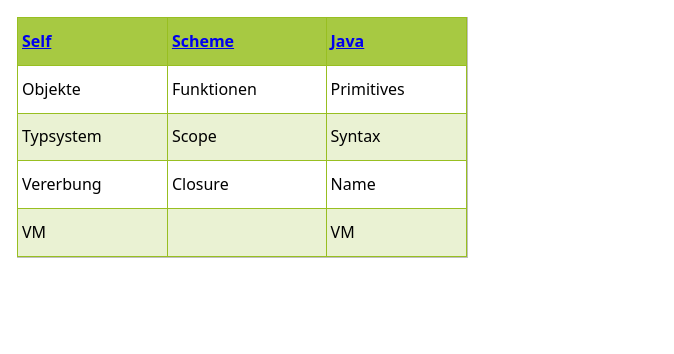
Earlier version of the draw.io diagram TypeScript.drawio (gjungb/Zeichnungen). Source tidied: cells renumbered, new cells numbered last; positions are measured from the earlier drawing's top-left corner, leaving out a move shared by most shapes. Both pictures are drawn from the tidied source at 100%, with x=0, y=0 at pixel (17, 17).
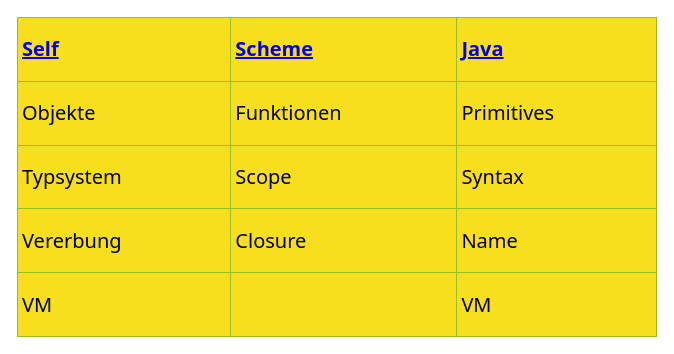
After the change.

Change to the diagram source:
```diff
@@
 <mxGraphModel>
   <root>
     <mxCell id="0" />
     <mxCell id="1" parent="0" />
-    <mxCell id="2" value="&lt;table border=&quot;1&quot; width=&quot;100%&quot; cellpadding=&quot;4&quot; style=&quot;width: 100%; height: 100%; border-collapse: collapse; font-size: 16px;&quot;&gt;&lt;tbody style=&quot;font-size: 16px;&quot;&gt;&lt;tr style=&quot;background-color: rgb(167, 201, 66); color: rgb(255, 255, 255); border: 1px solid rgb(152, 191, 33); font-size: 16px;&quot;&gt;&lt;th align=&quot;left&quot; style=&quot;font-size: 16px;&quot;&gt;&lt;a href=&quot;https://selflanguage.org/&quot; style=&quot;font-size: 16px;&quot;&gt;Self&lt;/a&gt;&lt;/th&gt;&lt;th align=&quot;left&quot; style=&quot;font-size: 16px;&quot;&gt;&lt;a href=&quot;https://cisco.github.io/ChezScheme/&quot; style=&quot;font-size: 16px;&quot;&gt;Scheme&lt;/a&gt;&lt;/th&gt;&lt;th align=&quot;left&quot; style=&quot;font-size: 16px;&quot;&gt;&lt;a href=&quot;https://www.oracle.com/java/technologies/&quot; style=&quot;font-size: 16px;&quot;&gt;Java&lt;/a&gt;&lt;/th&gt;&lt;/tr&gt;&lt;tr style=&quot;border: 1px solid rgb(152, 191, 33); font-size: 16px;&quot;&gt;&lt;td style=&quot;font-size: 16px;&quot;&gt;Objekte&lt;/td&gt;&lt;td style=&quot;font-size: 16px;&quot;&gt;Funktionen&lt;/td&gt;&lt;td style=&quot;font-size: 16px;&quot;&gt;Primitives&lt;/td&gt;&lt;/tr&gt;&lt;tr style=&quot;background-color: rgb(234, 242, 211); border: 1px solid rgb(152, 191, 33); font-size: 16px;&quot;&gt;&lt;td style=&quot;font-size: 16px;&quot;&gt;Typsystem&lt;/td&gt;&lt;td style=&quot;font-size: 16px;&quot;&gt;Scope&lt;/td&gt;&lt;td style=&quot;font-size: 16px;&quot;&gt;Syntax&lt;/td&gt;&lt;/tr&gt;&lt;tr style=&quot;border: 1px solid rgb(152, 191, 33); font-size: 16px;&quot;&gt;&lt;td style=&quot;font-size: 16px;&quot;&gt;Vererbung&lt;/td&gt;&lt;td style=&quot;font-size: 16px;&quot;&gt;Closure&lt;/td&gt;&lt;td style=&quot;font-size: 16px;&quot;&gt;Name&lt;/td&gt;&lt;/tr&gt;&lt;tr style=&quot;background-color: rgb(234, 242, 211); border: 1px solid rgb(152, 191, 33); font-size: 16px;&quot;&gt;&lt;td style=&quot;font-size: 16px;&quot;&gt;VM&lt;/td&gt;&lt;td style=&quot;font-size: 16px;&quot;&gt;&lt;/td&gt;&lt;td style=&quot;font-size: 16px;&quot;&gt;VM&lt;/td&gt;&lt;/tr&gt;&lt;/tbody&gt;&lt;/table&gt;" style="text;html=1;strokeColor=#c0c0c0;fillColor=#ffffff;overflow=fill;rounded=0;fontFamily=Noto Sans;FType=g;fontSize=16;" parent="1" vertex="1">
-      <mxGeometry width="450" height="240" as="geometry" />
+    <mxCell id="2" value="&lt;table border=&quot;1&quot; width=&quot;100%&quot; cellpadding=&quot;4&quot; style=&quot;width: 100%; height: 100%; border-collapse: collapse; font-size: 20px;&quot;&gt;&lt;tbody style=&quot;font-size: 20px;&quot;&gt;&lt;tr style=&quot;border: 1px solid rgb(152, 191, 33); font-size: 20px;&quot;&gt;&lt;th align=&quot;left&quot; style=&quot;font-size: 20px;&quot;&gt;&lt;a href=&quot;https://selflanguage.org/&quot; style=&quot;font-size: 20px;&quot;&gt;Self&lt;/a&gt;&lt;/th&gt;&lt;th align=&quot;left&quot; style=&quot;font-size: 20px;&quot;&gt;&lt;a href=&quot;https://cisco.github.io/ChezScheme/&quot; style=&quot;font-size: 20px;&quot;&gt;Scheme&lt;/a&gt;&lt;/th&gt;&lt;th align=&quot;left&quot; style=&quot;font-size: 20px;&quot;&gt;&lt;a href=&quot;https://www.oracle.com/java/technologies/&quot; style=&quot;font-size: 20px;&quot;&gt;Java&lt;/a&gt;&lt;/th&gt;&lt;/tr&gt;&lt;tr style=&quot;border: 1px solid rgb(152, 191, 33); font-size: 20px;&quot;&gt;&lt;td style=&quot;font-size: 20px;&quot;&gt;Objekte&lt;/td&gt;&lt;td style=&quot;font-size: 20px;&quot;&gt;Funktionen&lt;/td&gt;&lt;td style=&quot;font-size: 20px;&quot;&gt;Primitives&lt;/td&gt;&lt;/tr&gt;&lt;tr style=&quot;border: 1px solid rgb(152, 191, 33); font-size: 20px;&quot;&gt;&lt;td style=&quot;font-size: 20px;&quot;&gt;Typsystem&lt;/td&gt;&lt;td style=&quot;font-size: 20px;&quot;&gt;Scope&lt;/td&gt;&lt;td style=&quot;font-size: 20px;&quot;&gt;Syntax&lt;/td&gt;&lt;/tr&gt;&lt;tr style=&quot;border: 1px solid rgb(152, 191, 33); font-size: 20px;&quot;&gt;&lt;td style=&quot;font-size: 20px;&quot;&gt;Vererbung&lt;/td&gt;&lt;td style=&quot;font-size: 20px;&quot;&gt;Closure&lt;/td&gt;&lt;td style=&quot;font-size: 20px;&quot;&gt;Name&lt;/td&gt;&lt;/tr&gt;&lt;tr style=&quot;border: 1px solid rgb(152, 191, 33); font-size: 20px;&quot;&gt;&lt;td style=&quot;font-size: 20px;&quot;&gt;VM&lt;/td&gt;&lt;td style=&quot;font-size: 20px;&quot;&gt;&lt;/td&gt;&lt;td style=&quot;font-size: 20px;&quot;&gt;VM&lt;/td&gt;&lt;/tr&gt;&lt;/tbody&gt;&lt;/table&gt;" style="text;html=1;overflow=fill;rounded=0;fontFamily=Noto Sans;FType=g;fontSize=20;labelBackgroundColor=#F7DF1E;labelBorderColor=none;strokeColor=none;fillColor=none;glass=0;" parent="1" vertex="1">
+      <mxGeometry width="640" height="320" as="geometry" />
     </mxCell>
   </root>
 </mxGraphModel>
```
